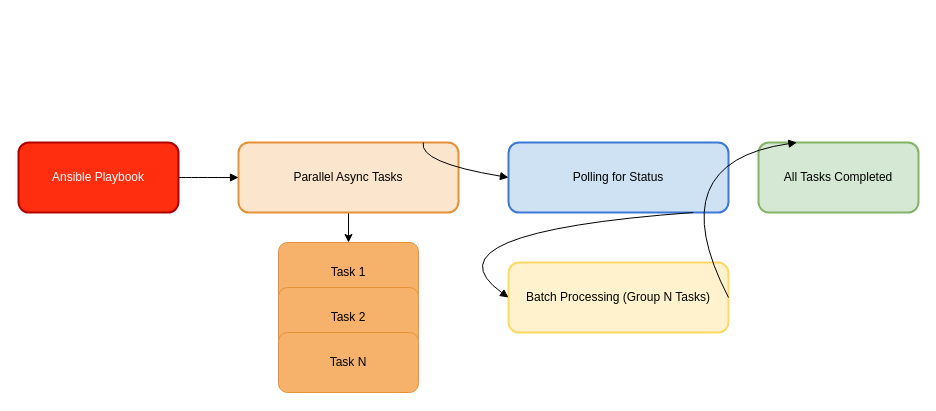
This is corrected_ansible_async_polling_diagram.drawio from ansvu/ava-project, a draw.io file, before an edit. Source tidied: cells renumbered, new cells numbered last; positions are measured from the earlier drawing's top-left corner, leaving out a move shared by most shapes. Both pictures are drawn from the tidied source at 100%, with x=0, y=0 at pixel (18, 142).
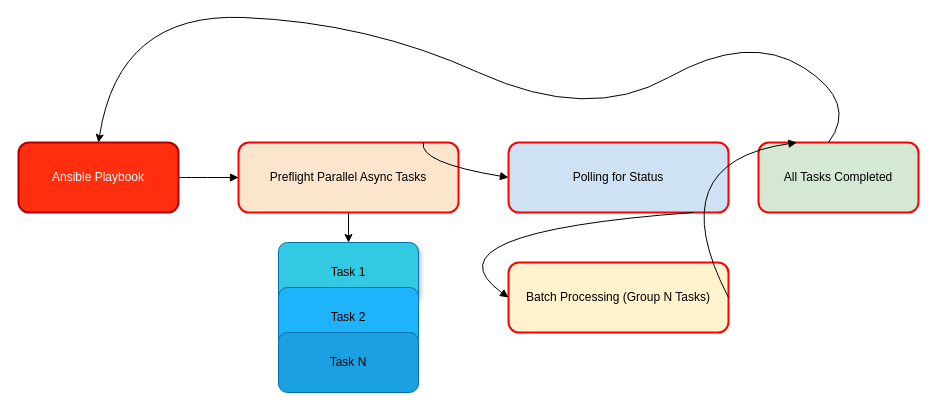
The same page after the edit.

Unchanged cells that the change refers to:
```xml
<mxCell id="2" value="Ansible Playbook" style="whiteSpace=wrap;rounded=1;fillColor=#FF2E0F;strokeColor=#B20000;strokeWidth=2;fontColor=#ffffff;" parent="1" vertex="1">
  <mxGeometry width="160" height="70" as="geometry" />
</mxCell>
```

What changed in the source:
```diff
@@
-    <mxCell id="4" value="Parallel Async Tasks" style="whiteSpace=wrap;rounded=1;fillColor=#FCE5CD;strokeColor=#E69138;strokeWidth=2;" parent="1" vertex="1">
+    <mxCell id="4" value="Preflight Parallel Async Tasks" style="whiteSpace=wrap;rounded=1;fillColor=#FCE5CD;strokeColor=#FF0000;strokeWidth=2;" parent="1" vertex="1">
       <mxGeometry x="220" width="220" height="70" as="geometry" />
     </mxCell>
-    <mxCell id="5" value="Task 1" style="whiteSpace=wrap;fillColor=#F6B26B;strokeColor=#E69138;rounded=1;" parent="1" vertex="1">
+    <mxCell id="5" value="Task 1" style="whiteSpace=wrap;fillColor=#32CAE2;strokeColor=#006EAF;rounded=1;fontColor=#000000;gradientColor=none;shadow=1;" parent="1" vertex="1">
       <mxGeometry x="260" y="100" width="140" height="60" as="geometry" />
     </mxCell>
-    <mxCell id="6" value="Task 2" style="whiteSpace=wrap;fillColor=#F6B26B;strokeColor=#E69138;rounded=1;" parent="1" vertex="1">
+    <mxCell id="6" value="Task 2" style="whiteSpace=wrap;fillColor=#1EB4FC;strokeColor=#006EAF;rounded=1;fontColor=#000000;" parent="1" vertex="1">
       <mxGeometry x="260" y="145" width="140" height="60" as="geometry" />
     </mxCell>
-    <mxCell id="7" value="Task N" style="whiteSpace=wrap;fillColor=#F6B26B;strokeColor=#E69138;rounded=1;" parent="1" vertex="1">
+    <mxCell id="7" value="Task N" style="whiteSpace=wrap;fillColor=#1ba1e2;strokeColor=#006EAF;rounded=1;fontColor=#000000;" parent="1" vertex="1">
       <mxGeometry x="260" y="190" width="140" height="60" as="geometry" />
     </mxCell>
-    <mxCell id="8" value="Polling for Status" style="whiteSpace=wrap;rounded=1;fillColor=#CFE2F3;strokeColor=#3C78D8;strokeWidth=2;" parent="1" vertex="1">
+    <mxCell id="8" value="Polling for Status" style="whiteSpace=wrap;rounded=1;fillColor=#CFE2F3;strokeColor=#FF0000;strokeWidth=2;" parent="1" vertex="1">
       <mxGeometry x="490" width="220" height="70" as="geometry" />
     </mxCell>
-    <mxCell id="9" value="Batch Processing (Group N Tasks)" style="whiteSpace=wrap;rounded=1;fillColor=#FFF2CC;strokeColor=#FFD966;strokeWidth=2;" parent="1" vertex="1">
+    <mxCell id="9" value="Batch Processing (Group N Tasks)" style="whiteSpace=wrap;rounded=1;fillColor=#FFF2CC;strokeColor=#FF0000;strokeWidth=2;" parent="1" vertex="1">
       <mxGeometry x="490" y="120" width="220" height="70" as="geometry" />
     </mxCell>
-    <mxCell id="10" value="All Tasks Completed" style="whiteSpace=wrap;rounded=1;fillColor=#d5e8d4;strokeColor=#82b366;strokeWidth=2;" parent="1" vertex="1">
+    <mxCell id="10" value="All Tasks Completed" style="whiteSpace=wrap;rounded=1;fillColor=#d5e8d4;strokeColor=#FF0000;strokeWidth=2;" parent="1" vertex="1">
       <mxGeometry x="740" width="160" height="70" as="geometry" />
     </mxCell>
@@
+    <mxCell id="15" style="curved=1;endArrow=classic;html=1;rounded=0;entryX=0.5;entryY=0;entryDx=0;entryDy=0;" parent="1" edge="1" target="2">
+      <mxGeometry relative="1" as="geometry">
+        <mxPoint x="810" as="sourcePoint" />
+        <Array as="points">
+          <mxPoint x="840" y="-40" />
+          <mxPoint x="730" y="-110" />
+          <mxPoint x="570" y="-20" />
+          <mxPoint x="350" y="-120" />
+          <mxPoint x="100" y="-130" />
+        </Array>
+      </mxGeometry>
+    </mxCell>
```
